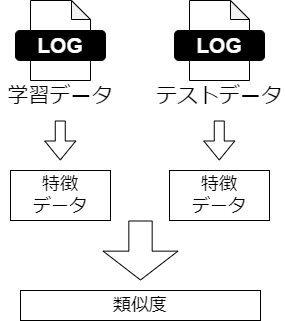
Before: 4/experiment.png, a diagram exported from draw.io (SuperTikuwa/thesis-images). Source tidied: cells renumbered, new cells last; positions are measured from the earlier drawing's top-left corner, leaving out a move shared by most shapes.
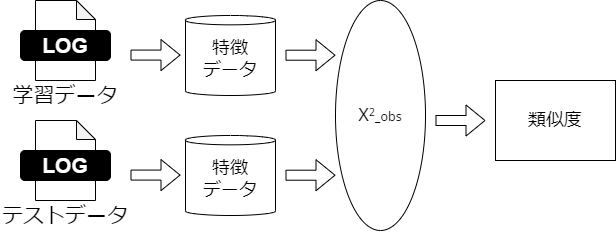
After the commit.

Commit message:
experiment.png を追加しました。

Change to the diagram source:
```diff
@@ -2,20 +2,29 @@
   <root>
     <mxCell id="0" />
     <mxCell id="1" parent="0" />
-    <mxCell id="2" style="shape=flexArrow;endArrow=classic;html=1;rounded=0;fontSize=21;fontColor=#000000;endWidth=50.49886621315193;endSize=9.285714285714285;width=23.333333333333332;" parent="1" edge="1">
-      <mxGeometry relative="1" as="geometry">
-        <mxPoint x="140" y="220" as="sourcePoint" />
-        <mxPoint x="140" y="280" as="targetPoint" />
-      </mxGeometry>
-    </mxCell>
-    <mxCell id="3" style="group;" parent="1" vertex="1">
-      <mxGeometry x="154" width="130" height="220" as="geometry" />
-    </mxCell>
-    <mxCell id="4" value="特徴&lt;br&gt;データ" style="rounded=0;whiteSpace=wrap;html=1;labelBackgroundColor=none;fontSize=18;fontColor=#000000;fillColor=#FFFFFF;" parent="3" vertex="1">
-      <mxGeometry x="15" y="170" width="100" height="50" as="geometry" />
-    </mxCell>
+    <mxCell id="19" value="類似度" style="rounded=0;whiteSpace=wrap;html=1;labelBackgroundColor=none;fontSize=18;fontColor=#000000;fillColor=#FFFFFF;" parent="1" vertex="1">
+      <mxGeometry x="20" y="290" width="120" height="80" as="geometry" />
+    </mxCell>
+    <mxCell id="20" value="&lt;font face=&quot;Noto Sans Math&quot;&gt;Χ&lt;span style=&quot;font-size: 12.5px;&quot;&gt;&lt;sup&gt;2&lt;/sup&gt;_obs&lt;/span&gt;&lt;br&gt;&lt;/font&gt;" style="ellipse;whiteSpace=wrap;html=1;labelBackgroundColor=none;fontSize=18;fontColor=#000000;fillColor=#FFFFFF;" parent="1" vertex="1">
+      <mxGeometry x="-140" y="210" width="90" height="230" as="geometry" />
+    </mxCell>
+    <mxCell id="13" style="group;" parent="1" vertex="1">
+      <mxGeometry x="-470" y="210" width="120" height="110" as="geometry" />
+    </mxCell>
+    <mxCell id="14" style="group;" parent="13" vertex="1">
+      <mxGeometry x="15" width="90" height="80" as="geometry" />
+    </mxCell>
+    <mxCell id="15" style="shape=note;whiteSpace=wrap;html=1;backgroundOutline=1;darkOpacity=0.05;size=19;" parent="14" vertex="1">
+      <mxGeometry x="15" width="60" height="80" as="geometry" />
+    </mxCell>
+    <mxCell id="16" value="&lt;font style=&quot;font-size: 21px;&quot; color=&quot;#ffffff&quot;&gt;&lt;b&gt;LOG&lt;/b&gt;&lt;/font&gt;" style="rounded=1;whiteSpace=wrap;html=1;fillColor=#000000;" parent="14" vertex="1">
+      <mxGeometry y="30" width="90" height="30" as="geometry" />
+    </mxCell>
+    <mxCell id="17" value="&lt;font color=&quot;#000000&quot;&gt;学習データ&lt;/font&gt;" style="text;html=1;strokeColor=none;fillColor=none;align=center;verticalAlign=middle;whiteSpace=wrap;rounded=0;labelBackgroundColor=none;fontSize=21;fontColor=#FFFFFF;" parent="13" vertex="1">
+      <mxGeometry y="80" width="120" height="30" as="geometry" />
+    </mxCell>
-    <mxCell id="5" style="group;" parent="3" vertex="1">
-      <mxGeometry width="130" height="110" as="geometry" />
+    <mxCell id="5" style="group;" parent="1" vertex="1">
+      <mxGeometry x="-475" y="330" width="130" height="110" as="geometry" />
     </mxCell>
     <mxCell id="6" style="group;" parent="5" vertex="1">
       <mxGeometry x="20" width="90" height="80" as="geometry" />
@@ -29,41 +38,41 @@
     <mxCell id="9" value="&lt;font color=&quot;#000000&quot;&gt;テストデータ&lt;/font&gt;" style="text;html=1;strokeColor=none;fillColor=none;align=center;verticalAlign=middle;whiteSpace=wrap;rounded=0;labelBackgroundColor=none;fontSize=21;fontColor=#FFFFFF;" parent="5" vertex="1">
       <mxGeometry y="80" width="130" height="30" as="geometry" />
     </mxCell>
-    <mxCell id="10" style="shape=flexArrow;endArrow=classic;html=1;rounded=0;fontSize=21;fontColor=#000000;" parent="3" edge="1">
-      <mxGeometry relative="1" as="geometry">
-        <mxPoint x="64.8" y="120" as="sourcePoint" />
-        <mxPoint x="64.8" y="160" as="targetPoint" />
-      </mxGeometry>
-    </mxCell>
-    <mxCell id="11" style="group;" parent="1" vertex="1">
-      <mxGeometry width="120" height="220" as="geometry" />
-    </mxCell>
-    <mxCell id="12" style="shape=flexArrow;endArrow=classic;html=1;rounded=0;fontSize=21;fontColor=#000000;" parent="11" edge="1">
-      <mxGeometry relative="1" as="geometry">
-        <mxPoint x="59.8" y="120" as="sourcePoint" />
-        <mxPoint x="59.8" y="160" as="targetPoint" />
-      </mxGeometry>
-    </mxCell>
-    <mxCell id="13" style="group;" parent="11" vertex="1">
-      <mxGeometry width="120" height="110" as="geometry" />
-    </mxCell>
-    <mxCell id="14" style="group;" parent="13" vertex="1">
-      <mxGeometry x="15" width="90" height="80" as="geometry" />
-    </mxCell>
-    <mxCell id="15" style="shape=note;whiteSpace=wrap;html=1;backgroundOutline=1;darkOpacity=0.05;size=19;" parent="14" vertex="1">
-      <mxGeometry x="15" width="60" height="80" as="geometry" />
-    </mxCell>
-    <mxCell id="16" value="&lt;font style=&quot;font-size: 21px;&quot; color=&quot;#ffffff&quot;&gt;&lt;b&gt;LOG&lt;/b&gt;&lt;/font&gt;" style="rounded=1;whiteSpace=wrap;html=1;fillColor=#000000;" parent="14" vertex="1">
-      <mxGeometry y="30" width="90" height="30" as="geometry" />
-    </mxCell>
-    <mxCell id="17" value="&lt;font color=&quot;#000000&quot;&gt;学習データ&lt;/font&gt;" style="text;html=1;strokeColor=none;fillColor=none;align=center;verticalAlign=middle;whiteSpace=wrap;rounded=0;labelBackgroundColor=none;fontSize=21;fontColor=#FFFFFF;" parent="13" vertex="1">
-      <mxGeometry y="80" width="120" height="30" as="geometry" />
-    </mxCell>
-    <mxCell id="18" value="特徴&lt;br&gt;データ" style="rounded=0;whiteSpace=wrap;html=1;labelBackgroundColor=none;fontSize=18;fontColor=#000000;fillColor=#FFFFFF;" parent="11" vertex="1">
-      <mxGeometry x="10" y="170" width="100" height="50" as="geometry" />
-    </mxCell>
-    <mxCell id="19" value="類似度" style="rounded=0;whiteSpace=wrap;html=1;labelBackgroundColor=none;fontSize=18;fontColor=#000000;fillColor=#FFFFFF;" parent="1" vertex="1">
-      <mxGeometry x="20" y="290" width="240" height="30" as="geometry" />
-    </mxCell>
+    <mxCell id="21" style="shape=flexArrow;endArrow=classic;html=1;rounded=0;fontSize=18;fontColor=#000000;" parent="1" edge="1">
+      <mxGeometry relative="1" as="geometry">
+        <mxPoint x="-345" y="264.6" as="sourcePoint" />
+        <mxPoint x="-295" y="264.6" as="targetPoint" />
+      </mxGeometry>
+    </mxCell>
+    <mxCell id="22" style="shape=flexArrow;endArrow=classic;html=1;rounded=0;fontSize=18;fontColor=#000000;" parent="1" edge="1">
+      <mxGeometry relative="1" as="geometry">
+        <mxPoint x="-345" y="384.6" as="sourcePoint" />
+        <mxPoint x="-295" y="384.6" as="targetPoint" />
+      </mxGeometry>
+    </mxCell>
+    <mxCell id="23" value="特徴&lt;br style=&quot;border-color: var(--border-color);&quot;&gt;データ" style="shape=cylinder3;whiteSpace=wrap;html=1;boundedLbl=1;backgroundOutline=1;size=4.666666666666799;labelBackgroundColor=none;fontSize=18;fontColor=#000000;fillColor=#FFFFFF;" parent="1" vertex="1">
+      <mxGeometry x="-290" y="345" width="90" height="80" as="geometry" />
+    </mxCell>
+    <mxCell id="24" value="特徴&lt;br style=&quot;border-color: var(--border-color);&quot;&gt;データ" style="shape=cylinder3;whiteSpace=wrap;html=1;boundedLbl=1;backgroundOutline=1;size=4.666666666666799;labelBackgroundColor=none;fontSize=18;fontColor=#000000;fillColor=#FFFFFF;" parent="1" vertex="1">
+      <mxGeometry x="-290" y="225" width="90" height="80" as="geometry" />
+    </mxCell>
+    <mxCell id="25" style="shape=flexArrow;endArrow=classic;html=1;rounded=0;fontSize=18;fontColor=#000000;" parent="1" edge="1">
+      <mxGeometry relative="1" as="geometry">
+        <mxPoint x="-190" y="384.7" as="sourcePoint" />
+        <mxPoint x="-140" y="384.7" as="targetPoint" />
+      </mxGeometry>
+    </mxCell>
+    <mxCell id="26" style="shape=flexArrow;endArrow=classic;html=1;rounded=0;fontSize=18;fontColor=#000000;" parent="1" edge="1">
+      <mxGeometry relative="1" as="geometry">
+        <mxPoint x="-190" y="264.7" as="sourcePoint" />
+        <mxPoint x="-140" y="264.7" as="targetPoint" />
+      </mxGeometry>
+    </mxCell>
+    <mxCell id="27" style="shape=flexArrow;endArrow=classic;html=1;rounded=0;fontSize=18;fontColor=#000000;" parent="1" edge="1">
+      <mxGeometry relative="1" as="geometry">
+        <mxPoint x="-40" y="330" as="sourcePoint" />
+        <mxPoint x="10" y="330" as="targetPoint" />
+      </mxGeometry>
+    </mxCell>
   </root>
 </mxGraphModel>
```
